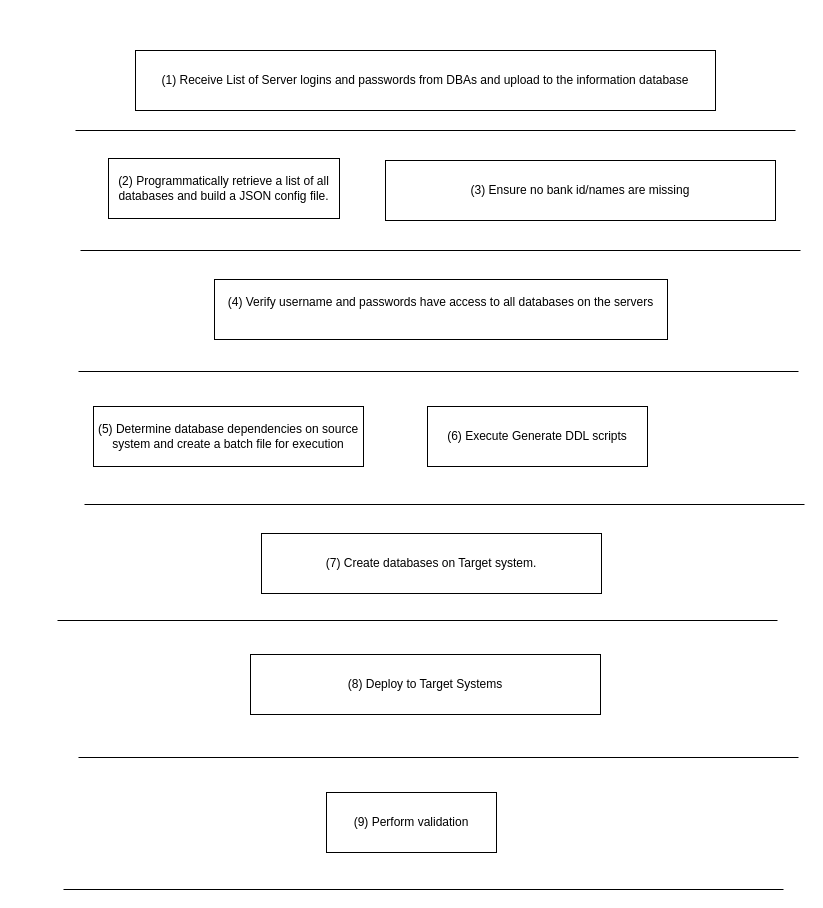
Before: Babelfish Deployment Workflow.drawio in smpetersgithub/draw-diagrams-depot, a draw.io diagram. Source tidied: cells renumbered, new cells numbered last; positions are measured from the earlier drawing's top-left corner, leaving out a move shared by most shapes. Both pictures are drawn from the tidied source at 100%, with x=0, y=0 at pixel (57, 50).
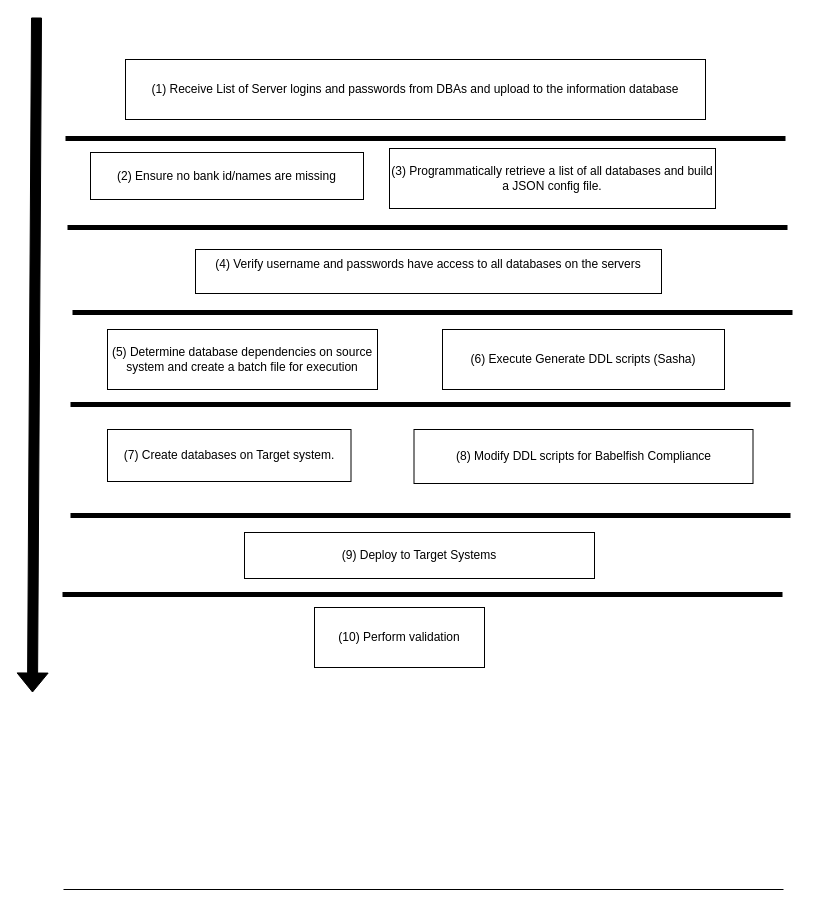
The same diagram, later.

What changed in the source:
```diff
@@
     <mxCell id="2" value="(1) Receive List of Server logins and passwords from DBAs and upload to the information database" style="rounded=0;whiteSpace=wrap;html=1;" parent="1" vertex="1">
-      <mxGeometry x="78" width="580" height="60" as="geometry" />
+      <mxGeometry x="68" y="9" width="580" height="60" as="geometry" />
     </mxCell>
     <mxCell id="3" value="(4) Verify username and passwords have access to all databases on the servers&lt;div&gt;&lt;br&gt;&lt;/div&gt;" style="rounded=0;whiteSpace=wrap;html=1;" parent="1" vertex="1">
-      <mxGeometry x="157" y="229" width="453" height="60" as="geometry" />
+      <mxGeometry x="138" y="199" width="466" height="44" as="geometry" />
     </mxCell>
-    <mxCell id="4" value="(3) Ensure no bank id/names are missing" style="rounded=0;whiteSpace=wrap;html=1;" parent="1" vertex="1">
-      <mxGeometry x="328" y="110" width="390" height="60" as="geometry" />
+    <mxCell id="4" value="(2) Ensure no bank id/names are missing" style="rounded=0;whiteSpace=wrap;html=1;" parent="1" vertex="1">
+      <mxGeometry x="33" y="102" width="273" height="47" as="geometry" />
     </mxCell>
-    <mxCell id="5" value="(2) Programmatically retrieve a list of all databases and build a JSON config file." style="rounded=0;whiteSpace=wrap;html=1;" parent="1" vertex="1">
-      <mxGeometry x="51" y="108" width="231" height="60" as="geometry" />
+    <mxCell id="5" value="(3) Programmatically retrieve a list of all databases and build a JSON config file." style="rounded=0;whiteSpace=wrap;html=1;" parent="1" vertex="1">
+      <mxGeometry x="332" y="98" width="326" height="60" as="geometry" />
     </mxCell>
     <mxCell id="6" value="(5) Determine database dependencies on source system and create a batch file for execution" style="rounded=0;whiteSpace=wrap;html=1;" parent="1" vertex="1">
-      <mxGeometry x="36" y="356" width="270" height="60" as="geometry" />
+      <mxGeometry x="50" y="279" width="270" height="60" as="geometry" />
     </mxCell>
-    <mxCell id="7" style="endArrow=none;html=1;rounded=0;" parent="1" edge="1">
+    <mxCell id="7" style="endArrow=none;html=1;rounded=0;strokeWidth=5;" parent="1" edge="1">
       <mxGeometry relative="1" as="geometry">
-        <mxPoint x="18" y="80" as="sourcePoint" />
-        <mxPoint x="738" y="80" as="targetPoint" />
+        <mxPoint x="8" y="88" as="sourcePoint" />
+        <mxPoint x="728" y="88" as="targetPoint" />
       </mxGeometry>
     </mxCell>
-    <mxCell id="8" style="endArrow=none;html=1;rounded=0;" parent="1" edge="1">
+    <mxCell id="8" style="endArrow=none;html=1;rounded=0;strokeWidth=5;" parent="1" edge="1">
       <mxGeometry relative="1" as="geometry">
-        <mxPoint x="23" y="200" as="sourcePoint" />
-        <mxPoint x="743" y="200" as="targetPoint" />
+        <mxPoint x="10" y="177" as="sourcePoint" />
+        <mxPoint x="730" y="177" as="targetPoint" />
       </mxGeometry>
     </mxCell>
-    <mxCell id="9" style="endArrow=none;html=1;rounded=0;" parent="1" edge="1">
+    <mxCell id="9" style="endArrow=none;html=1;rounded=0;strokeWidth=5;" parent="1" edge="1">
       <mxGeometry relative="1" as="geometry">
-        <mxPoint x="27" y="454" as="sourcePoint" />
-        <mxPoint x="747" y="454" as="targetPoint" />
+        <mxPoint x="13" y="465" as="sourcePoint" />
+        <mxPoint x="733" y="465" as="targetPoint" />
       </mxGeometry>
     </mxCell>
     <mxCell id="10" value="(7) Create databases on Target system." style="rounded=0;whiteSpace=wrap;html=1;" parent="1" vertex="1">
-      <mxGeometry x="204" y="483" width="340" height="60" as="geometry" />
+      <mxGeometry x="50" y="379" width="243.5" height="52" as="geometry" />
     </mxCell>
-    <mxCell id="11" value="(6) Execute Generate DDL scripts" style="rounded=0;whiteSpace=wrap;html=1;" parent="1" vertex="1">
-      <mxGeometry x="370" y="356" width="220" height="60" as="geometry" />
+    <mxCell id="11" value="(6) Execute Generate DDL scripts (Sasha)" style="rounded=0;whiteSpace=wrap;html=1;" parent="1" vertex="1">
+      <mxGeometry x="385" y="279" width="282" height="60" as="geometry" />
     </mxCell>
-    <mxCell id="12" style="endArrow=none;html=1;rounded=0;" parent="1" edge="1">
-      <mxGeometry relative="1" as="geometry">
-        <mxPoint x="21" y="707" as="sourcePoint" />
-        <mxPoint x="741" y="707" as="targetPoint" />
-      </mxGeometry>
-    </mxCell>
-    <mxCell id="13" value="(8) Deploy to Target Systems" style="rounded=0;whiteSpace=wrap;html=1;" parent="1" vertex="1">
-      <mxGeometry x="193" y="604" width="350" height="60" as="geometry" />
+    <mxCell id="13" value="(9) Deploy to Target Systems" style="rounded=0;whiteSpace=wrap;html=1;" parent="1" vertex="1">
+      <mxGeometry x="187" y="482" width="350" height="46" as="geometry" />
     </mxCell>
@@
-    <mxCell id="15" value="(9) Perform validation" style="rounded=0;whiteSpace=wrap;html=1;" parent="1" vertex="1">
-      <mxGeometry x="269" y="742" width="170" height="60" as="geometry" />
+    <mxCell id="15" value="(10) Perform validation" style="rounded=0;whiteSpace=wrap;html=1;" parent="1" vertex="1">
+      <mxGeometry x="257" y="557" width="170" height="60" as="geometry" />
     </mxCell>
-    <mxCell id="16" style="endArrow=none;html=1;rounded=0;" parent="1" edge="1">
+    <mxCell id="16" style="endArrow=none;html=1;rounded=0;strokeWidth=5;" parent="1" edge="1">
       <mxGeometry relative="1" as="geometry">
-        <mxPoint x="21" y="321" as="sourcePoint" />
-        <mxPoint x="741" y="321" as="targetPoint" />
+        <mxPoint x="13" y="354" as="sourcePoint" />
+        <mxPoint x="733" y="354" as="targetPoint" />
       </mxGeometry>
     </mxCell>
-    <mxCell id="17" style="endArrow=none;html=1;rounded=0;" parent="1" edge="1">
+    <mxCell id="17" style="endArrow=none;html=1;rounded=0;strokeWidth=5;" parent="1" edge="1">
       <mxGeometry relative="1" as="geometry">
-        <mxPoint y="570" as="sourcePoint" />
-        <mxPoint x="720" y="570" as="targetPoint" />
+        <mxPoint x="5" y="544" as="sourcePoint" />
+        <mxPoint x="725" y="544" as="targetPoint" />
       </mxGeometry>
     </mxCell>
+    <mxCell id="18" style="shape=flexArrow;endArrow=classic;html=1;rounded=0;fillColor=#000000;" parent="1" edge="1">
+      <mxGeometry relative="1" as="geometry">
+        <mxPoint x="-21" y="-33" as="sourcePoint" />
+        <mxPoint x="-25" y="642" as="targetPoint" />
+      </mxGeometry>
+    </mxCell>
+    <mxCell id="19" style="endArrow=none;html=1;rounded=0;strokeWidth=5;" parent="1" edge="1">
+      <mxGeometry relative="1" as="geometry">
+        <mxPoint x="15" y="262" as="sourcePoint" />
+        <mxPoint x="735" y="262" as="targetPoint" />
+      </mxGeometry>
+    </mxCell>
+    <mxCell id="20" value="(8) Modify DDL scripts for Babelfish Compliance" style="rounded=0;whiteSpace=wrap;html=1;" parent="1" vertex="1">
+      <mxGeometry x="356.5" y="379" width="339" height="54" as="geometry" />
+    </mxCell>
```
